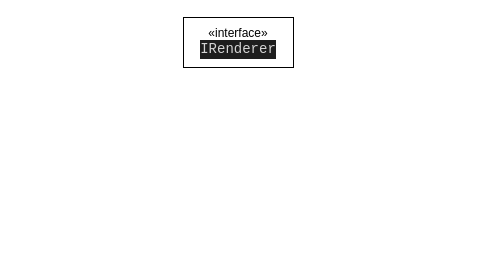
Above: pixijs/pixijs.drawio in breezerzxq/Diagram (draw.io), before the change. Source tidied: cells renumbered, new cells numbered last; positions are measured from the earlier drawing's top-left corner, leaving out a move shared by most shapes. Both pictures are drawn from the tidied source at 100%, with x=0, y=0 at pixel (183, 17).
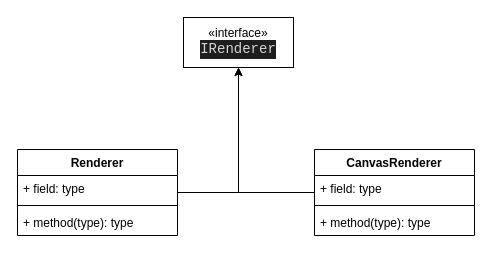
The same diagram, later.

Diff of the diagram source:
```diff
@@
 <mxGraphModel>
   <root>
     <mxCell id="0" />
     <mxCell id="1" parent="0" />
     <mxCell id="2" value="«interface»&lt;br&gt;&lt;div style=&quot;color: rgb(212, 212, 212); background-color: rgb(30, 30, 30); font-family: Consolas, &amp;quot;Courier New&amp;quot;, monospace; font-size: 14px; line-height: 19px;&quot;&gt;IRenderer&lt;/div&gt;" style="html=1;whiteSpace=wrap;" parent="1" vertex="1">
       <mxGeometry width="110" height="50" as="geometry" />
     </mxCell>
+    <mxCell id="3" style="edgeStyle=orthogonalEdgeStyle;rounded=0;jettySize=auto;html=1;entryX=0.5;entryY=1;entryDx=0;entryDy=0;" parent="1" edge="1" source="4" target="2">
+      <mxGeometry relative="1" as="geometry" />
+    </mxCell>
+    <mxCell id="4" value="Renderer" style="swimlane;fontStyle=1;align=center;verticalAlign=top;horizontal=1;startSize=26;whiteSpace=wrap;html=1;" parent="1" vertex="1">
+      <mxGeometry x="-166" y="132" width="160" height="86" as="geometry" />
+    </mxCell>
+    <mxCell id="5" value="+ field: type" style="text;strokeColor=none;fillColor=none;align=left;verticalAlign=top;spacingLeft=4;spacingRight=4;overflow=hidden;whiteSpace=wrap;html=1;" parent="4" vertex="1">
+      <mxGeometry y="26" width="160" height="26" as="geometry" />
+    </mxCell>
+    <mxCell id="6" style="line;strokeWidth=1;fillColor=none;align=left;verticalAlign=middle;spacingTop=-1;spacingLeft=3;spacingRight=3;labelPosition=right;strokeColor=inherit;" parent="4" vertex="1">
+      <mxGeometry y="52" width="160" height="8" as="geometry" />
+    </mxCell>
+    <mxCell id="7" value="+ method(type): type" style="text;strokeColor=none;fillColor=none;align=left;verticalAlign=top;spacingLeft=4;spacingRight=4;overflow=hidden;whiteSpace=wrap;html=1;" parent="4" vertex="1">
+      <mxGeometry y="60" width="160" height="26" as="geometry" />
+    </mxCell>
+    <mxCell id="8" style="edgeStyle=orthogonalEdgeStyle;rounded=0;jettySize=auto;html=1;" parent="1" edge="1" source="9" target="2">
+      <mxGeometry relative="1" as="geometry" />
+    </mxCell>
+    <mxCell id="9" value="CanvasRenderer" style="swimlane;fontStyle=1;align=center;verticalAlign=top;horizontal=1;startSize=26;whiteSpace=wrap;html=1;" parent="1" vertex="1">
+      <mxGeometry x="131" y="132" width="160" height="86" as="geometry" />
+    </mxCell>
+    <mxCell id="10" value="+ field: type" style="text;strokeColor=none;fillColor=none;align=left;verticalAlign=top;spacingLeft=4;spacingRight=4;overflow=hidden;whiteSpace=wrap;html=1;" parent="9" vertex="1">
+      <mxGeometry y="26" width="160" height="26" as="geometry" />
+    </mxCell>
+    <mxCell id="11" style="line;strokeWidth=1;fillColor=none;align=left;verticalAlign=middle;spacingTop=-1;spacingLeft=3;spacingRight=3;labelPosition=right;strokeColor=inherit;" parent="9" vertex="1">
+      <mxGeometry y="52" width="160" height="8" as="geometry" />
+    </mxCell>
+    <mxCell id="12" value="+ method(type): type" style="text;strokeColor=none;fillColor=none;align=left;verticalAlign=top;spacingLeft=4;spacingRight=4;overflow=hidden;whiteSpace=wrap;html=1;" parent="9" vertex="1">
+      <mxGeometry y="60" width="160" height="26" as="geometry" />
+    </mxCell>
   </root>
 </mxGraphModel>
```
